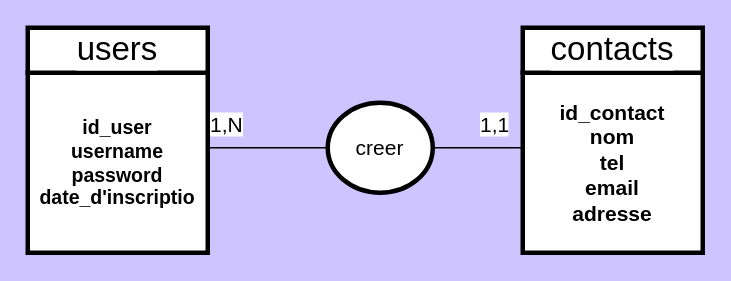
Earlier version of the draw.io diagram MCD.drawio (MaryemKhaoua/YouContact). Source tidied: cells renumbered, new cells numbered last; positions are measured from the earlier drawing's top-left corner, leaving out a move shared by most shapes. Both pictures are drawn from the tidied source at 150%, with x=0, y=0 at pixel (27, 27).
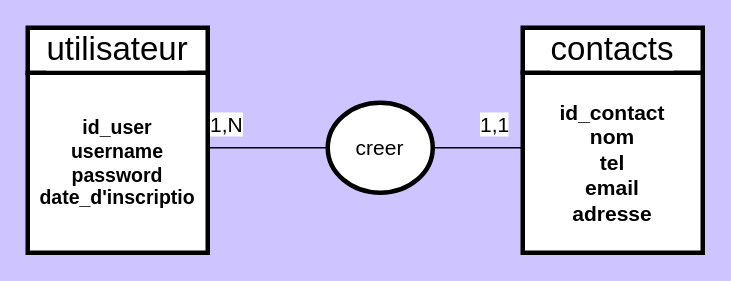
After the change.

Diff of the diagram source:
```diff
@@
 <mxGraphModel background="#CEC4FF">
   <root>
     <mxCell id="0" />
     <mxCell id="1" parent="0" />
     <mxCell id="2" value="&lt;font color=&quot;#000000&quot; style=&quot;font-size: 13px;&quot;&gt;&lt;b style=&quot;background-color: rgb(255, 255, 255);&quot;&gt;id_user&lt;br&gt;username&lt;br&gt;password&lt;br&gt;date_d'inscriptio&lt;/b&gt;&lt;/font&gt;" style="whiteSpace=wrap;html=1;fillColor=#FFFFFF;strokeWidth=3;strokeColor=#000000;" parent="1" vertex="1">
       <mxGeometry y="30" width="120" height="120" as="geometry" />
     </mxCell>
-    <mxCell id="3" value="users" style="whiteSpace=wrap;html=1;labelBackgroundColor=#FFFFFF;strokeColor=#000000;strokeWidth=3;fontSize=22;fontColor=#000000;fillColor=#FFFFFF;" parent="1" vertex="1">
+    <mxCell id="3" value="utilisateur" style="whiteSpace=wrap;html=1;labelBackgroundColor=#FFFFFF;strokeColor=#000000;strokeWidth=3;fontSize=22;fontColor=#000000;fillColor=#FFFFFF;" parent="1" vertex="1">
       <mxGeometry width="120" height="30" as="geometry" />
     </mxCell>
     <mxCell id="4" style="edgeStyle=none;orthogonalLoop=1;jettySize=auto;html=1;strokeColor=#000000;fontSize=14;fontColor=#000000;" parent="1" edge="1">
       <mxGeometry relative="1" as="geometry">
         <mxPoint x="120" y="80" as="sourcePoint" />
         <mxPoint x="360" y="80" as="targetPoint" />
       </mxGeometry>
     </mxCell>
     <mxCell id="5" value="&lt;font style=&quot;background-color: rgb(255, 255, 255); font-size: 14px;&quot; color=&quot;#000000&quot;&gt;&lt;b&gt;id_contact&lt;br&gt;nom&lt;br&gt;tel&lt;br&gt;email&lt;br&gt;adresse&lt;/b&gt;&lt;/font&gt;" style="whiteSpace=wrap;html=1;fillColor=#FFFFFF;strokeWidth=3;strokeColor=#000000;" parent="1" vertex="1">
       <mxGeometry x="330" y="30" width="120" height="120" as="geometry" />
     </mxCell>
     <mxCell id="6" value="contacts" style="whiteSpace=wrap;html=1;labelBackgroundColor=#FFFFFF;strokeColor=#000000;strokeWidth=3;fontSize=22;fontColor=#000000;fillColor=#FFFFFF;" parent="1" vertex="1">
       <mxGeometry x="330" width="120" height="30" as="geometry" />
     </mxCell>
     <mxCell id="7" value="creer" style="ellipse;whiteSpace=wrap;html=1;labelBackgroundColor=#FFFFFF;strokeColor=#000000;strokeWidth=3;fontSize=14;fontColor=#000000;fillColor=#FFFFFF;" parent="1" vertex="1">
       <mxGeometry x="200" y="50" width="70" height="60" as="geometry" />
     </mxCell>
     <mxCell id="8" value="&lt;span style=&quot;color: rgb(0, 0, 0); font-family: Helvetica; font-size: 14px; font-style: normal; font-variant-ligatures: normal; font-variant-caps: normal; font-weight: 400; letter-spacing: normal; orphans: 2; text-align: center; text-indent: 0px; text-transform: none; widows: 2; word-spacing: 0px; -webkit-text-stroke-width: 0px; background-color: rgb(255, 255, 255); text-decoration-thickness: initial; text-decoration-style: initial; text-decoration-color: initial; float: none; display: inline !important;&quot;&gt;1,N&lt;/span&gt;" style="text;whiteSpace=wrap;html=1;fontSize=14;fontColor=#000000;" parent="1" vertex="1">
       <mxGeometry x="120" y="50" width="60" height="40" as="geometry" />
     </mxCell>
     <mxCell id="9" value="&lt;span style=&quot;color: rgb(0, 0, 0); font-family: Helvetica; font-size: 14px; font-style: normal; font-variant-ligatures: normal; font-variant-caps: normal; font-weight: 400; letter-spacing: normal; orphans: 2; text-align: center; text-indent: 0px; text-transform: none; widows: 2; word-spacing: 0px; -webkit-text-stroke-width: 0px; background-color: rgb(255, 255, 255); text-decoration-thickness: initial; text-decoration-style: initial; text-decoration-color: initial; float: none; display: inline !important;&quot;&gt;1,1&lt;/span&gt;" style="text;whiteSpace=wrap;html=1;fontSize=14;fontColor=#000000;" parent="1" vertex="1">
       <mxGeometry x="300" y="50" width="50" height="40" as="geometry" />
     </mxCell>
   </root>
 </mxGraphModel>
```
